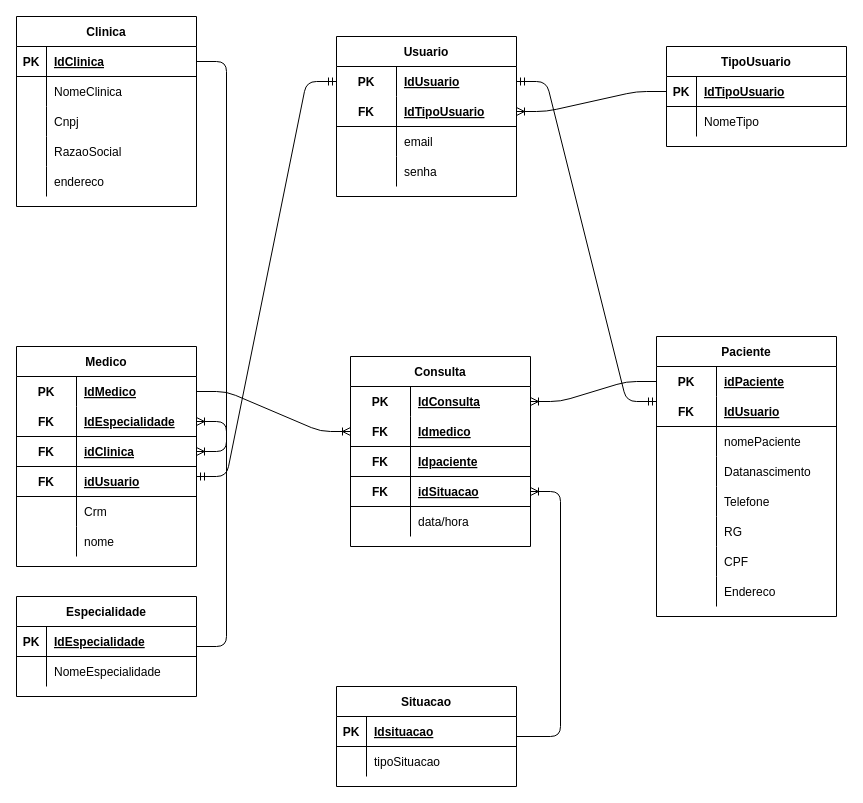
Above: page "Logico" (2 of 2) of Modelagens/SP-Medical.drawio in Nathalia-Novais/SP-Medical-Group (draw.io), before the change. Source tidied: cells renumbered, new cells numbered last; positions are measured from the earlier drawing's top-left corner, leaving out a move shared by most shapes. Both pictures are drawn from the tidied source at 100%, with x=0, y=0 at pixel (16, 16).
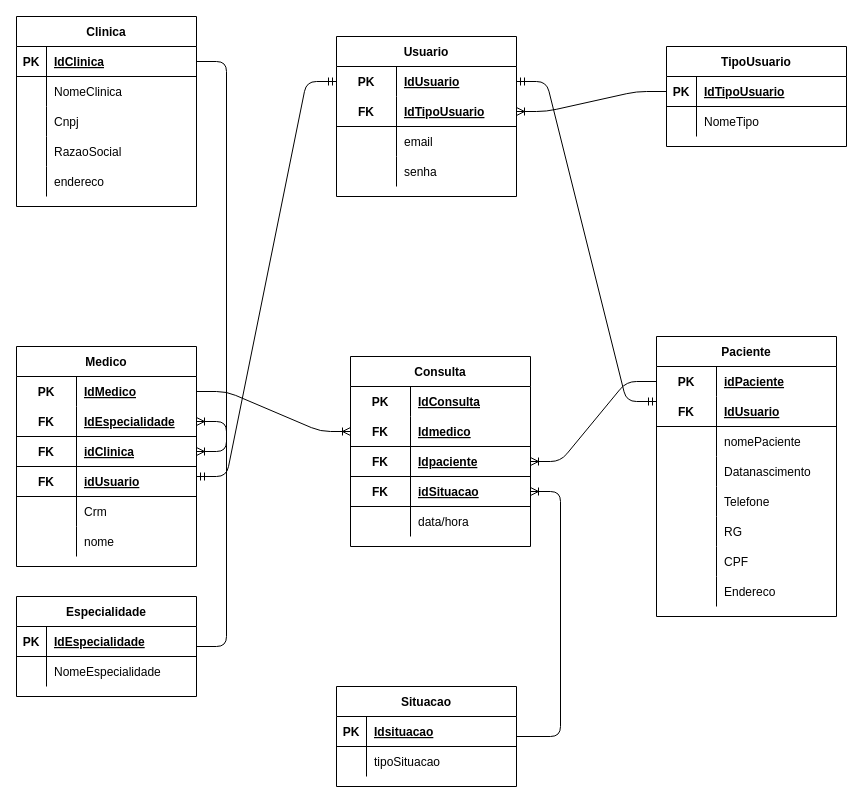
Above is the later version.

Unchanged cells that the change refers to:
```xml
<mxCell id="76" style="shape=partialRectangle;fillColor=none;top=0;left=0;bottom=0;right=0;points=[[0,0.5],[1,0.5]];portConstraint=eastwest;" parent="75" vertex="1">
  <mxGeometry y="30" width="180" height="30" as="geometry" />
</mxCell>
<mxCell id="101" style="shape=partialRectangle;fillColor=none;top=0;left=0;bottom=0;right=0;points=[[0,0.5],[1,0.5]];portConstraint=eastwest;" parent="100" vertex="1">
  <mxGeometry y="30" width="180" height="30" as="geometry" />
</mxCell>
<mxCell id="107" style="shape=partialRectangle;fillColor=none;top=0;left=0;bottom=1;right=0;points=[[0,0.5],[1,0.5]];portConstraint=eastwest;" parent="100" vertex="1">
  <mxGeometry y="90" width="180" height="30" as="geometry" />
</mxCell>
```

The edit, as a diff of the source:
```diff
@@
-    <mxCell id="120" style="edgeStyle=entityRelationEdgeStyle;fontSize=12;html=1;endArrow=ERoneToMany;fontColor=#000000;exitX=0;exitY=0.5;exitDx=0;exitDy=0;" parent="1" edge="1" source="76" target="101">
+    <mxCell id="120" style="edgeStyle=entityRelationEdgeStyle;fontSize=12;html=1;endArrow=ERoneToMany;fontColor=#000000;exitX=0;exitY=0.5;exitDx=0;exitDy=0;entryX=1;entryY=0.5;entryDx=0;entryDy=0;" parent="1" edge="1" source="76" target="107">
       <mxGeometry relative="1" as="geometry" />
     </mxCell>
```
